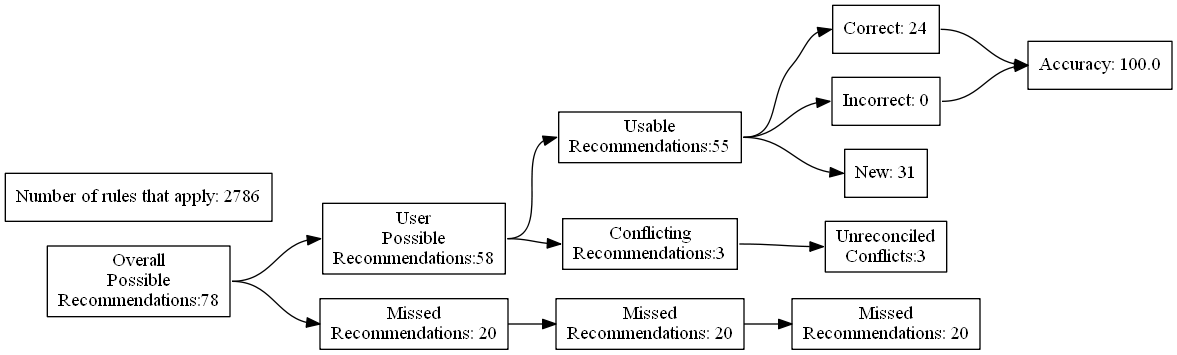
The Graphviz diagram test_renders/101.gv.png in ZaxR/ibd_diet_analysis, before a commit. Its source is kept beside it as test_renders/101.gv.
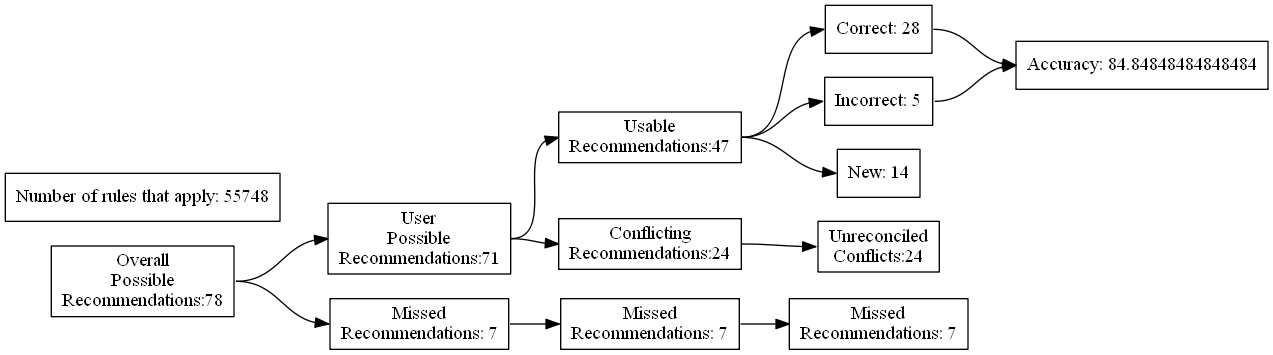
The same file after the commit.

Diff of the diagram source:
```diff
@@ -7,24 +7,24 @@
 Recommendations:78"]
 		B [label="User
 Possible
-Recommendations:58"]
+Recommendations:71"]
 		C [label="Missed
-Recommendations: 20"]
+Recommendations: 7"]
 		D [label="Usable
-Recommendations:55"]
+Recommendations:47"]
 		E [label="Conflicting
-Recommendations:3"]
+Recommendations:24"]
 		J [label="Missed
-Recommendations: 20"]
+Recommendations: 7"]
 		M [label="Unreconciled
-Conflicts:3"]
-		F [label="Correct: 24"]
-		G [label="Incorrect: 0"]
-		H [label="New: 31"]
+Conflicts:24"]
+		F [label="Correct: 28"]
+		G [label="Incorrect: 5"]
+		H [label="New: 14"]
 		K [label="Missed
-Recommendations: 20"]
-		I [label="Accuracy: 100.0"]
-		l [label="Number of rules that apply: 2786"]
+Recommendations: 7"]
+		I [label="Accuracy: 84.84848484848484"]
+		l [label="Number of rules that apply: 55748"]
 			A -> B
 			A -> C
 			B -> D
```
